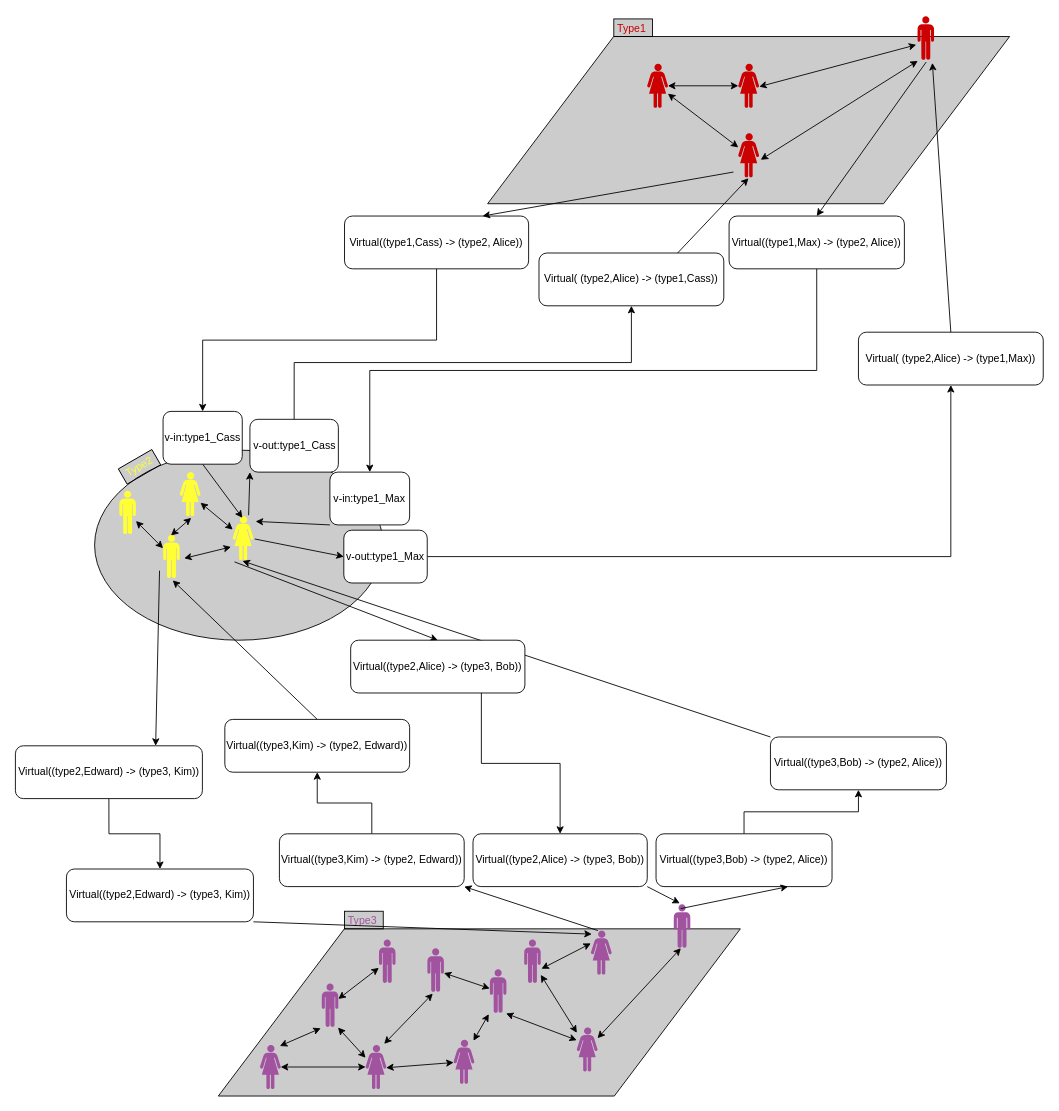
Earlier version of the draw.io diagram docs/images/temporalInteractions.drawio (josura/c2c-sepia). Source tidied: cells renumbered, new cells numbered last; positions are measured from the earlier drawing's top-left corner, leaving out a move shared by most shapes. Both pictures are drawn from the tidied source at 88%, with x=0, y=0 at pixel (15, 15).
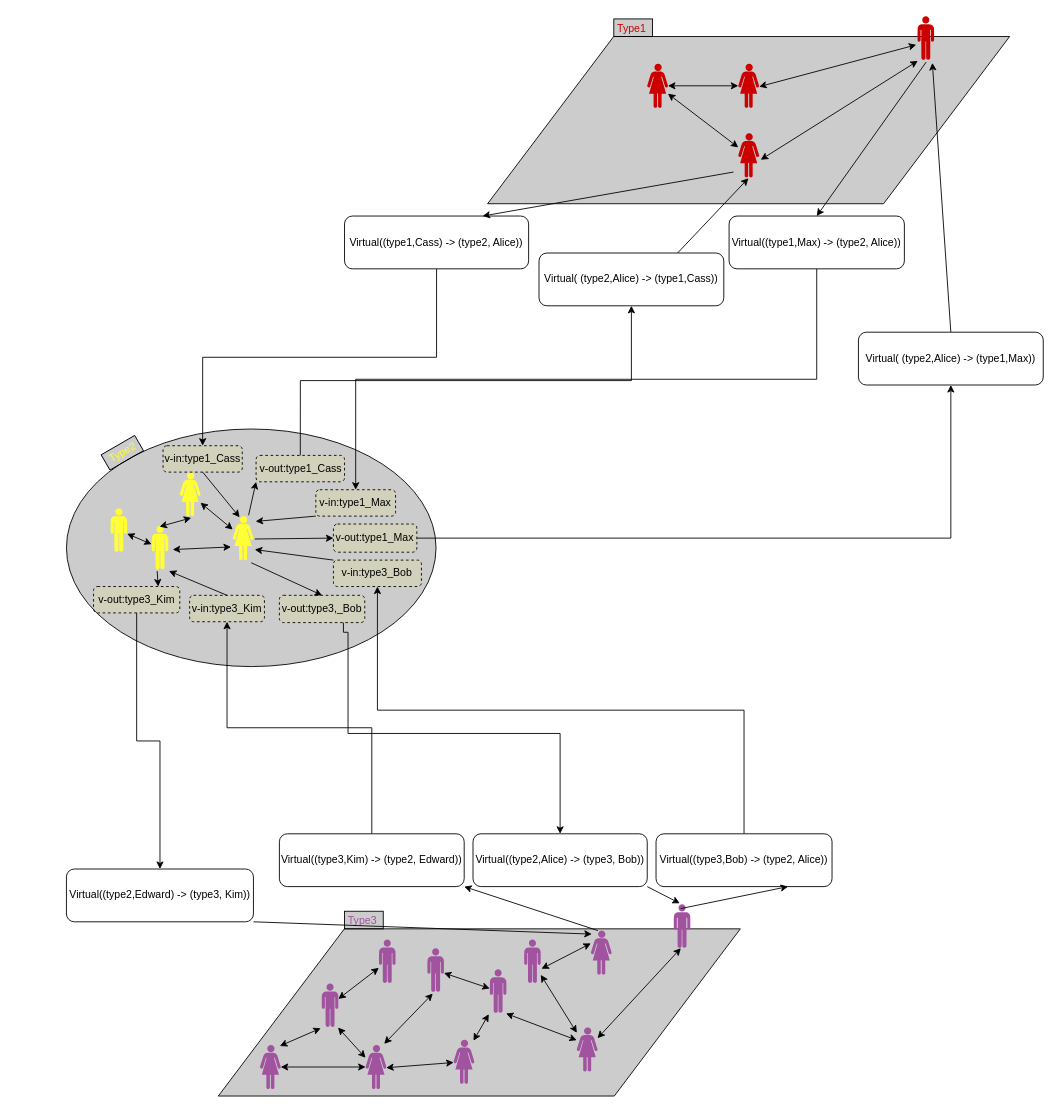
The same diagram, later.

Unchanged cells that the change refers to:
```xml
<mxCell id="13" style="verticalLabelPosition=bottom;sketch=0;html=1;fillColor=#FFFF33;verticalAlign=top;align=center;shape=mxgraph.cisco_safe.design.actor_1;" parent="1" vertex="1">
  <mxGeometry x="247" y="569" width="23.5" height="50" as="geometry" />
</mxCell>
<mxCell id="55" value="Virtual((type2,Alice) -&amp;gt; (type3, Bob))" style="rounded=1;whiteSpace=wrap;html=1;" parent="1" vertex="1">
  <mxGeometry x="520" y="930" width="198" height="60" as="geometry" />
</mxCell>
```

Diff of the diagram source:
```diff
@@
     <mxCell id="2" style="ellipse;whiteSpace=wrap;html=1;fillColor=#000000;fillOpacity=20;" parent="1" vertex="1">
-      <mxGeometry x="90" y="494" width="328" height="216" as="geometry" />
+      <mxGeometry x="58" y="470" width="420" height="270" as="geometry" />
     </mxCell>
@@
     <mxCell id="32" style="verticalLabelPosition=bottom;sketch=0;html=1;fillColor=#FFFF33;verticalAlign=top;align=center;shape=mxgraph.cisco_safe.design.actor_2;" parent="1" vertex="1">
-      <mxGeometry x="167.8" y="590" width="19" height="50" as="geometry" />
+      <mxGeometry x="154.8" y="580" width="19" height="50" as="geometry" />
     </mxCell>
@@
     <mxCell id="36" style="verticalLabelPosition=bottom;sketch=0;html=1;fillColor=#FFFF33;verticalAlign=top;align=center;shape=mxgraph.cisco_safe.design.actor_2;" parent="1" vertex="1">
-      <mxGeometry x="118" y="540" width="19" height="50" as="geometry" />
+      <mxGeometry x="108" y="560" width="19" height="50" as="geometry" />
     </mxCell>
@@
     <mxCell id="40" value="&lt;font color=&quot;#ffff33&quot;&gt;Type2&lt;/font&gt;" style="rounded=0;whiteSpace=wrap;html=1;fillColor=#000000;fillOpacity=20;rotation=-30;" parent="1" vertex="1">
-      <mxGeometry x="119" y="503" width="44" height="20" as="geometry" />
+      <mxGeometry x="99.5" y="487" width="44" height="20" as="geometry" />
     </mxCell>
@@
-    <mxCell id="51" style="rounded=0;jettySize=auto;html=1;exitX=0;exitY=0;exitDx=0;exitDy=0;entryX=0.468;entryY=1.02;entryDx=0;entryDy=0;entryPerimeter=0;" parent="1" edge="1" source="80" target="13">
+    <mxCell id="51" style="rounded=0;jettySize=auto;html=1;exitX=0;exitY=0;exitDx=0;exitDy=0;entryX=1.064;entryY=0.76;entryDx=0;entryDy=0;entryPerimeter=0;" parent="1" edge="1" source="80" target="13">
       <mxGeometry relative="1" as="geometry" />
     </mxCell>
-    <mxCell id="52" style="rounded=0;jettySize=auto;html=1;entryX=0.579;entryY=1.04;entryDx=0;entryDy=0;entryPerimeter=0;exitX=0.5;exitY=0;exitDx=0;exitDy=0;" parent="1" edge="1" source="83" target="32">
+    <mxCell id="52" style="rounded=0;jettySize=auto;html=1;entryX=1.039;entryY=1.028;entryDx=0;entryDy=0;entryPerimeter=0;exitX=0.5;exitY=0;exitDx=0;exitDy=0;" parent="1" edge="1" source="83" target="32">
       <mxGeometry relative="1" as="geometry" />
     </mxCell>
@@
-    <mxCell id="58" style="rounded=0;jettySize=auto;html=1;exitX=-0.211;exitY=0.82;exitDx=0;exitDy=0;entryX=0.75;entryY=0;entryDx=0;entryDy=0;endArrow=classic;endFill=1;startArrow=none;startFill=0;exitPerimeter=0;" parent="1" edge="1" source="32" target="71">
+    <mxCell id="58" style="rounded=0;jettySize=auto;html=1;exitX=0.331;exitY=1.028;exitDx=0;exitDy=0;entryX=0.75;entryY=0;entryDx=0;entryDy=0;endArrow=classic;endFill=1;startArrow=none;startFill=0;exitPerimeter=0;" parent="1" edge="1" source="32" target="71">
       <mxGeometry relative="1" as="geometry" />
     </mxCell>
-    <mxCell id="59" style="rounded=0;jettySize=auto;html=1;exitX=0.085;exitY=1.04;exitDx=0;exitDy=0;entryX=0.5;entryY=0;entryDx=0;entryDy=0;endArrow=classic;endFill=1;startArrow=none;startFill=0;exitPerimeter=0;" parent="1" edge="1" source="13" target="82">
+    <mxCell id="59" style="rounded=0;jettySize=auto;html=1;exitX=0.894;exitY=1.06;exitDx=0;exitDy=0;entryX=0.5;entryY=0;entryDx=0;entryDy=0;endArrow=classic;endFill=1;startArrow=none;startFill=0;exitPerimeter=0;" parent="1" edge="1" source="13" target="82">
       <mxGeometry relative="1" as="geometry" />
     </mxCell>
@@
-    <mxCell id="61" value="v-out:type1_Max" style="rounded=1;whiteSpace=wrap;html=1;" parent="1" vertex="1">
-      <mxGeometry x="373.2" y="585" width="94.8" height="60" as="geometry" />
+    <mxCell id="61" value="v-out:type1_Max" style="rounded=1;whiteSpace=wrap;html=1;dashed=1;strokeColor=default;align=center;verticalAlign=middle;fontFamily=Helvetica;fontSize=12;fontColor=default;fillColor=#FFFF33;fillOpacity=10;" parent="1" vertex="1">
+      <mxGeometry x="361.4" y="578" width="94.8" height="32" as="geometry" />
     </mxCell>
@@
-    <mxCell id="71" value="Virtual((type2,Edward) -&amp;gt; (type3, Kim))" style="rounded=1;whiteSpace=wrap;html=1;" parent="1" vertex="1">
-      <mxGeometry y="830" width="212.5" height="60" as="geometry" />
+    <mxCell id="71" value="v-out:type3_Kim" style="rounded=1;whiteSpace=wrap;html=1;dashed=1;strokeColor=default;align=center;verticalAlign=middle;fontFamily=Helvetica;fontSize=12;fontColor=default;fillColor=#FFFF33;fillOpacity=10;" parent="1" vertex="1">
+      <mxGeometry x="88.8" y="649" width="98" height="30" as="geometry" />
     </mxCell>
@@
-    <mxCell id="73" value="v-out:type1_Cass" style="rounded=1;whiteSpace=wrap;html=1;" parent="1" vertex="1">
-      <mxGeometry x="266.5" y="459" width="100.5" height="60" as="geometry" />
+    <mxCell id="73" value="v-out:type1_Cass" style="rounded=1;whiteSpace=wrap;html=1;dashed=1;strokeColor=default;align=center;verticalAlign=middle;fontFamily=Helvetica;fontSize=12;fontColor=default;fillColor=#FFFF33;fillOpacity=10;" parent="1" vertex="1">
+      <mxGeometry x="273.5" y="500" width="100.5" height="30" as="geometry" />
     </mxCell>
@@
-    <mxCell id="79" style="rounded=0;jettySize=auto;html=1;exitX=0.5;exitY=1;exitDx=0;exitDy=0;entryX=0.468;entryY=0.04;entryDx=0;entryDy=0;entryPerimeter=0;" parent="1" edge="1" source="85" target="13">
+    <mxCell id="79" style="rounded=0;jettySize=auto;html=1;exitX=0.5;exitY=1;exitDx=0;exitDy=0;entryX=0.333;entryY=0.027;entryDx=0;entryDy=0;entryPerimeter=0;" parent="1" edge="1" source="85" target="13">
       <mxGeometry relative="1" as="geometry" />
     </mxCell>
-    <mxCell id="80" value="Virtual((type3,Bob) -&amp;gt; (type2, Alice))" style="rounded=1;whiteSpace=wrap;html=1;" parent="1" vertex="1">
-      <mxGeometry x="858" y="820" width="200" height="60" as="geometry" />
+    <mxCell id="80" value="v-in:type3_Bob" style="rounded=1;whiteSpace=wrap;html=1;dashed=1;strokeColor=default;align=center;verticalAlign=middle;fontFamily=Helvetica;fontSize=12;fontColor=default;fillColor=#FFFF33;fillOpacity=10;" parent="1" vertex="1">
+      <mxGeometry x="361.4" y="619" width="100" height="30" as="geometry" />
     </mxCell>
     <mxCell id="81" style="edgeStyle=orthogonalEdgeStyle;rounded=0;jettySize=auto;html=1;exitX=0.75;exitY=1;exitDx=0;exitDy=0;" parent="1" edge="1" source="82" target="55">
-      <mxGeometry relative="1" as="geometry" />
+      <mxGeometry relative="1" as="geometry">
+        <Array as="points">
+          <mxPoint x="378" y="701" />
+          <mxPoint x="378" y="816" />
+          <mxPoint x="619" y="816" />
+        </Array>
+      </mxGeometry>
     </mxCell>
-    <mxCell id="82" value="Virtual((type2,Alice) -&amp;gt; (type3, Bob))" style="rounded=1;whiteSpace=wrap;html=1;" parent="1" vertex="1">
-      <mxGeometry x="381" y="710" width="198" height="60" as="geometry" />
+    <mxCell id="82" value="v-out:type3,_Bob" style="rounded=1;whiteSpace=wrap;html=1;dashed=1;strokeColor=default;align=center;verticalAlign=middle;fontFamily=Helvetica;fontSize=12;fontColor=default;fillColor=#FFFF33;fillOpacity=10;" parent="1" vertex="1">
+      <mxGeometry x="300" y="659" width="97" height="31" as="geometry" />
     </mxCell>
-    <mxCell id="83" value="Virtual((type3,Kim) -&amp;gt; (type2, Edward))" style="rounded=1;whiteSpace=wrap;html=1;" parent="1" vertex="1">
-      <mxGeometry x="238" y="800" width="210" height="60" as="geometry" />
+    <mxCell id="83" value="v-in:type3_Kim" style="rounded=1;whiteSpace=wrap;html=1;dashed=1;strokeColor=default;align=center;verticalAlign=middle;fontFamily=Helvetica;fontSize=12;fontColor=default;fillColor=#FFFF33;fillOpacity=10;" parent="1" vertex="1">
+      <mxGeometry x="198" y="659" width="85" height="30" as="geometry" />
     </mxCell>
@@
-    <mxCell id="85" value="v-in:type1_Cass" style="rounded=1;whiteSpace=wrap;html=1;" parent="1" vertex="1">
-      <mxGeometry x="167.8" y="450" width="90" height="60" as="geometry" />
+    <mxCell id="85" value="v-in:type1_Cass" style="rounded=1;whiteSpace=wrap;html=1;fillColor=#FFFF33;fillOpacity=10;dashed=1;strokeColor=default;align=center;verticalAlign=middle;fontFamily=Helvetica;fontSize=12;fontColor=default;" parent="1" vertex="1">
+      <mxGeometry x="167.8" y="489" width="90" height="30" as="geometry" />
     </mxCell>
@@
-    <mxCell id="88" value="v-in:type1_Max" style="rounded=1;whiteSpace=wrap;html=1;" parent="1" vertex="1">
-      <mxGeometry x="357.4" y="519" width="90.6" height="60" as="geometry" />
+    <mxCell id="88" value="v-in:type1_Max" style="rounded=1;whiteSpace=wrap;html=1;dashed=1;strokeColor=default;align=center;verticalAlign=middle;fontFamily=Helvetica;fontSize=12;fontColor=default;fillColor=#FFFF33;fillOpacity=10;" parent="1" vertex="1">
+      <mxGeometry x="341.4" y="539" width="90.6" height="30" as="geometry" />
     </mxCell>
+    <mxCell id="89" style="edgeStyle=orthogonalEdgeStyle;rounded=0;orthogonalLoop=1;jettySize=auto;html=1;exitX=0.5;exitY=1;exitDx=0;exitDy=0;" parent="1" edge="1" source="80" target="80">
+      <mxGeometry relative="1" as="geometry" />
+    </mxCell>
```
